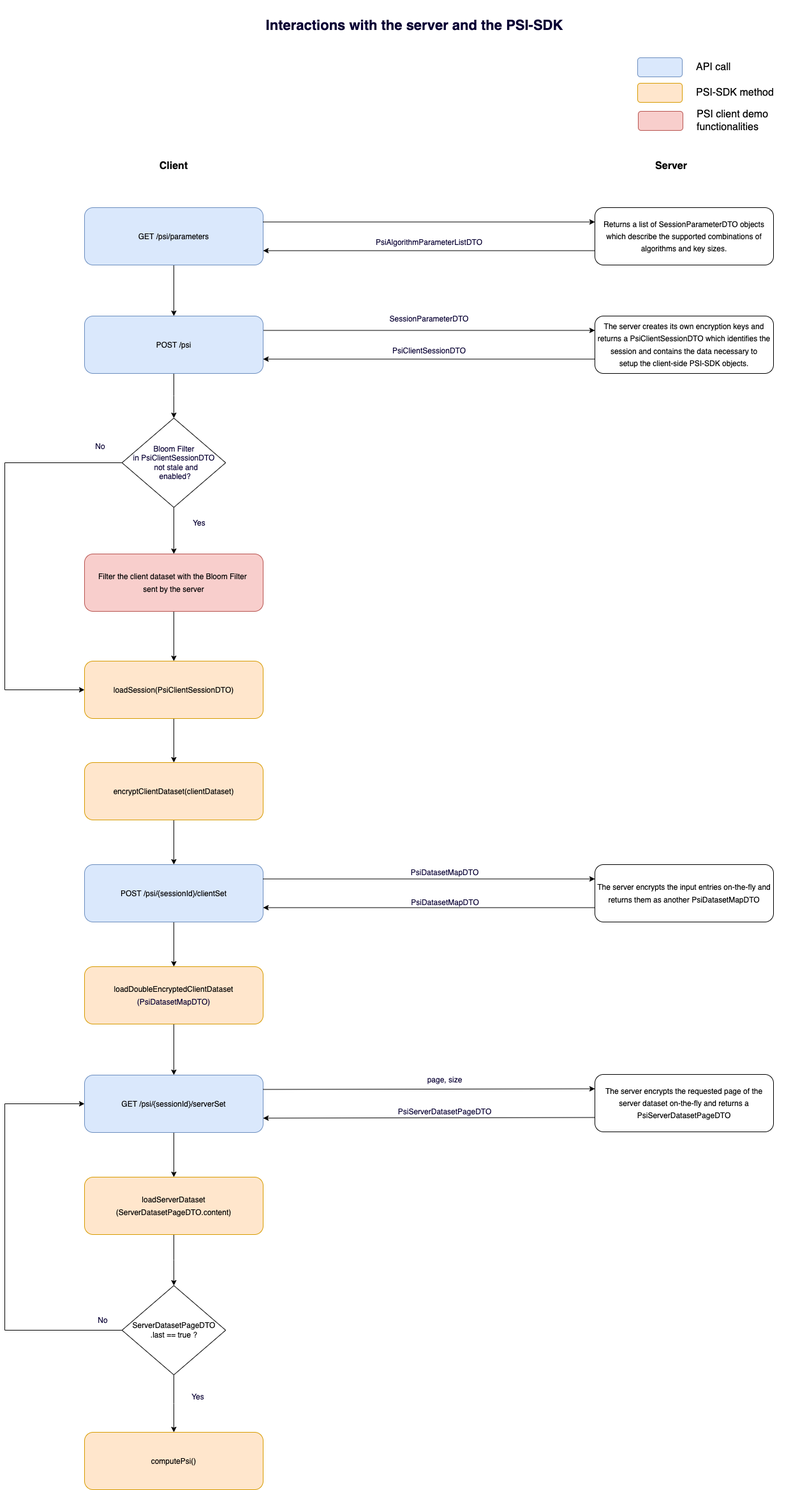
Earlier version of the draw.io export interactions-diagram.png (pagopa-research/psi-demo-client). Source tidied: cells renumbered, new cells last; positions are measured from the earlier drawing's top-left corner, leaving out a move shared by most shapes.
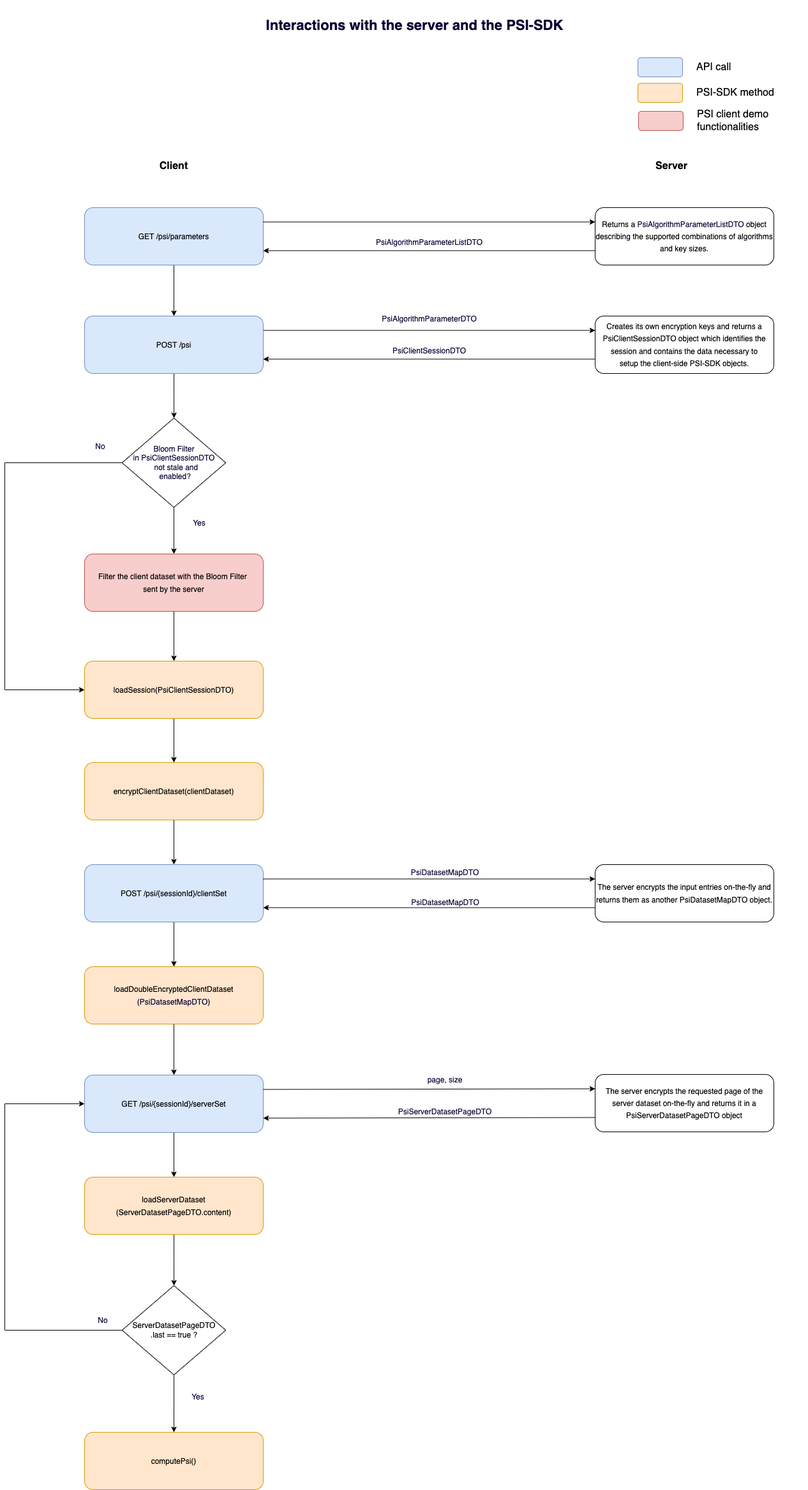
Above is the later version.

Diff of the diagram source:
```diff
@@ -32,7 +32,7 @@
     <mxCell id="11" style="endArrow=classic;html=1;rounded=0;fontSize=22;fontColor=#080033;exitX=1;exitY=0.25;exitDx=0;exitDy=0;entryX=0;entryY=0.25;entryDx=0;entryDy=0;" parent="1" edge="1" source="5" target="12">
       <mxGeometry relative="1" as="geometry" />
     </mxCell>
-    <mxCell id="12" value="&lt;font style=&quot;font-size: 12px&quot;&gt;Returns a list of SessionParameterDTO objects which describe the supported combinations of algorithms and key sizes.&lt;/font&gt;" style="rounded=1;whiteSpace=wrap;html=1;fontSize=16;" parent="1" vertex="1">
+    <mxCell id="12" value="&lt;font style=&quot;font-size: 12px&quot;&gt;Returns a&amp;nbsp;&lt;span style=&quot;color: rgb(8 , 0 , 51)&quot;&gt;PsiAlgorithmParameterListDTO&lt;/span&gt;&amp;nbsp;object describing the supported combinations of algorithms and key sizes.&lt;/font&gt;" style="rounded=1;whiteSpace=wrap;html=1;fontSize=16;" parent="1" vertex="1">
       <mxGeometry x="925" y="325" width="280" height="90" as="geometry" />
     </mxCell>
     <mxCell id="13" style="endArrow=classic;html=1;rounded=0;fontSize=22;fontColor=#080033;exitX=0;exitY=0.75;exitDx=0;exitDy=0;entryX=1;entryY=0.75;entryDx=0;entryDy=0;" parent="1" edge="1" source="12" target="5">
@@ -53,10 +53,10 @@
     <mxCell id="18" style="edgeStyle=orthogonalEdgeStyle;rounded=0;jettySize=auto;html=1;exitX=0;exitY=0.75;exitDx=0;exitDy=0;entryX=1;entryY=0.75;entryDx=0;entryDy=0;fontSize=12;fontColor=#080033;" parent="1" edge="1" source="19" target="16">
       <mxGeometry relative="1" as="geometry" />
     </mxCell>
-    <mxCell id="19" value="&lt;font style=&quot;font-size: 12px&quot;&gt;The server creates its own encryption keys and returns a PsiClientSessionDTO which identifies the session and contains the data necessary to setup&amp;nbsp;the client-side PSI-SDK objects.&lt;/font&gt;" style="rounded=1;whiteSpace=wrap;html=1;fontSize=16;" parent="1" vertex="1">
+    <mxCell id="19" value="&lt;font style=&quot;font-size: 12px&quot;&gt;Creates its own encryption keys and returns a PsiClientSessionDTO object which identifies the session and contains the data necessary to setup&amp;nbsp;the client-side PSI-SDK objects.&lt;/font&gt;" style="rounded=1;whiteSpace=wrap;html=1;fontSize=16;" parent="1" vertex="1">
       <mxGeometry x="925" y="495" width="280" height="90" as="geometry" />
     </mxCell>
-    <mxCell id="20" value="SessionParameterDTO" style="text;html=1;strokeColor=none;fillColor=none;align=center;verticalAlign=middle;whiteSpace=wrap;rounded=0;fontSize=12;fontColor=#080033;" parent="1" vertex="1">
+    <mxCell id="20" value="PsiAlgorithmParameterDTO" style="text;html=1;strokeColor=none;fillColor=none;align=center;verticalAlign=middle;whiteSpace=wrap;rounded=0;fontSize=12;fontColor=#080033;" parent="1" vertex="1">
       <mxGeometry x="578" y="485" width="175" height="30" as="geometry" />
     </mxCell>
     <mxCell id="21" value="PsiClientSessionDTO" style="text;html=1;strokeColor=none;fillColor=none;align=center;verticalAlign=middle;whiteSpace=wrap;rounded=0;fontSize=12;fontColor=#080033;" parent="1" vertex="1">
@@ -86,7 +86,7 @@
     <mxCell id="29" style="edgeStyle=orthogonalEdgeStyle;rounded=0;jettySize=auto;html=1;fontSize=12;fontColor=#080033;entryX=1;entryY=0.75;entryDx=0;entryDy=0;exitX=0;exitY=0.75;exitDx=0;exitDy=0;" parent="1" edge="1" source="30" target="27">
       <mxGeometry relative="1" as="geometry" />
     </mxCell>
-    <mxCell id="30" value="&lt;font style=&quot;font-size: 12px&quot;&gt;The server encrypts the input entries on-the-fly and returns them as another PsiDatasetMapDTO&lt;/font&gt;" style="rounded=1;whiteSpace=wrap;html=1;fontSize=16;" parent="1" vertex="1">
+    <mxCell id="30" value="&lt;font style=&quot;font-size: 12px&quot;&gt;The server encrypts the input entries on-the-fly and returns them as another PsiDatasetMapDTO object.&lt;/font&gt;" style="rounded=1;whiteSpace=wrap;html=1;fontSize=16;" parent="1" vertex="1">
       <mxGeometry x="925" y="1355" width="280" height="90" as="geometry" />
     </mxCell>
     <mxCell id="31" value="PsiDatasetMapDTO" style="text;html=1;strokeColor=none;fillColor=none;align=center;verticalAlign=middle;whiteSpace=wrap;rounded=0;fontSize=12;fontColor=#080033;" parent="1" vertex="1">
@@ -109,7 +109,7 @@
     <mxCell id="36" value="&lt;font style=&quot;font-size: 12px&quot;&gt;GET /psi/{sessionId}/serverSet&lt;/font&gt;" style="rounded=1;whiteSpace=wrap;html=1;fontSize=16;fillColor=#dae8fc;strokeColor=#6c8ebf;" parent="1" vertex="1">
       <mxGeometry x="125" y="1685" width="280" height="90" as="geometry" />
     </mxCell>
-    <mxCell id="37" value="&lt;font style=&quot;font-size: 12px&quot;&gt;The server encrypts the requested page of the server dataset on-the-fly and returns a PsiServerDatasetPageDTO&lt;/font&gt;" style="rounded=1;whiteSpace=wrap;html=1;fontSize=16;" parent="1" vertex="1">
+    <mxCell id="37" value="&lt;font style=&quot;font-size: 12px&quot;&gt;The server encrypts the requested page of the server dataset on-the-fly and returns it in a PsiServerDatasetPageDTO object&lt;/font&gt;" style="rounded=1;whiteSpace=wrap;html=1;fontSize=16;" parent="1" vertex="1">
       <mxGeometry x="925" y="1684" width="280" height="90" as="geometry" />
     </mxCell>
     <mxCell id="38" style="endArrow=classic;html=1;rounded=0;fontSize=12;fontColor=#080033;exitX=1;exitY=0.25;exitDx=0;exitDy=0;entryX=0;entryY=0.25;entryDx=0;entryDy=0;" parent="1" edge="1" source="36" target="37">
```
